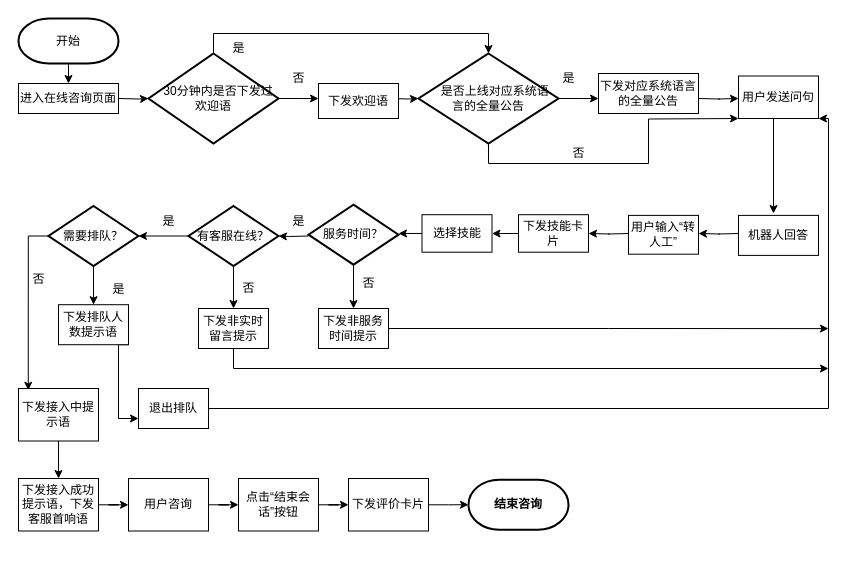
Before: 在线咨询.drawio in jokerbay/images, a draw.io diagram. Source tidied: cells renumbered, new cells numbered last; positions are measured from the earlier drawing's top-left corner, leaving out a move shared by most shapes. Both pictures are drawn from the tidied source at 100%, with x=0, y=0 at pixel (18, 18).
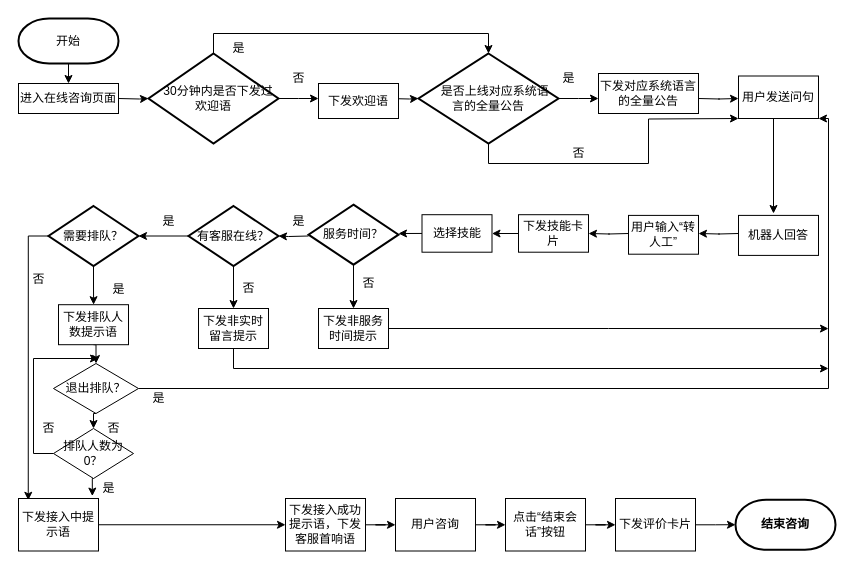
The same diagram, later.

Commit message:
更新在线咨询.drawio

The change refers to these unchanged cells:
```xml
<mxCell id="35" value="用户发送问句" style="rounded=0;whiteSpace=wrap;html=1;strokeWidth=1;" parent="1" vertex="1">
  <mxGeometry x="720" y="57.5" width="80" height="42.5" as="geometry" />
</mxCell>
<mxCell id="47" value="下发排队人数提示语" style="rounded=0;whiteSpace=wrap;html=1;" parent="1" vertex="1">
  <mxGeometry x="40" y="286.2" width="70" height="40" as="geometry" />
</mxCell>
```

The edit, as a diff of the source:
```diff
@@
-    <mxCell id="46" style="edgeStyle=orthogonalEdgeStyle;rounded=0;jettySize=auto;html=1;exitX=1;exitY=1;exitDx=0;exitDy=0;entryX=0;entryY=0.75;entryDx=0;entryDy=0;" parent="1" edge="1" source="47" target="62">
-      <mxGeometry relative="1" as="geometry">
-        <Array as="points">
-          <mxPoint x="100" y="326" />
-          <mxPoint x="100" y="400" />
-        </Array>
-      </mxGeometry>
-    </mxCell>
+    <mxCell id="64" style="edgeStyle=orthogonalEdgeStyle;rounded=0;jettySize=auto;html=1;exitX=0.5;exitY=1;exitDx=0;exitDy=0;entryX=0.5;entryY=0;entryDx=0;entryDy=0;" parent="1" edge="1" source="47" target="66">
+      <mxGeometry relative="1" as="geometry" />
+    </mxCell>
@@
     <mxCell id="49" value="下发接入中提示语" style="whiteSpace=wrap;html=1;strokeWidth=1;" parent="1" vertex="1">
-      <mxGeometry y="370" width="80" height="52.5" as="geometry" />
+      <mxGeometry y="480" width="80" height="52.5" as="geometry" />
     </mxCell>
@@
     <mxCell id="51" value="下发接入成功提示语，下发客服首响语" style="whiteSpace=wrap;html=1;strokeWidth=1;" parent="1" vertex="1">
-      <mxGeometry y="460" width="80" height="52.5" as="geometry" />
+      <mxGeometry x="267" y="480" width="80" height="52.5" as="geometry" />
     </mxCell>
@@
     <mxCell id="53" value="用户咨询" style="whiteSpace=wrap;html=1;strokeWidth=1;" parent="1" vertex="1">
-      <mxGeometry x="110" y="460" width="80" height="52.5" as="geometry" />
+      <mxGeometry x="377" y="480" width="80" height="52.5" as="geometry" />
     </mxCell>
@@
     <mxCell id="55" value="点击“结束会话”按钮" style="whiteSpace=wrap;html=1;strokeWidth=1;" parent="1" vertex="1">
-      <mxGeometry x="220" y="460" width="80" height="52.5" as="geometry" />
+      <mxGeometry x="487" y="480" width="80" height="52.5" as="geometry" />
     </mxCell>
@@
     <mxCell id="57" value="下发评价卡片" style="whiteSpace=wrap;html=1;strokeWidth=1;" parent="1" vertex="1">
-      <mxGeometry x="330" y="460" width="80" height="52.5" as="geometry" />
+      <mxGeometry x="597" y="480" width="80" height="52.5" as="geometry" />
     </mxCell>
     <mxCell id="58" value="结束咨询" style="strokeWidth=2;html=1;shape=mxgraph.flowchart.terminator;whiteSpace=wrap;fontStyle=1;" parent="1" vertex="1">
-      <mxGeometry x="450" y="461.2" width="100" height="50" as="geometry" />
+      <mxGeometry x="717" y="481.2" width="100" height="50" as="geometry" />
     </mxCell>
@@
-    <mxCell id="61" style="edgeStyle=orthogonalEdgeStyle;rounded=0;jettySize=auto;html=1;exitX=1;exitY=0.5;exitDx=0;exitDy=0;entryX=1;entryY=1;entryDx=0;entryDy=0;" parent="1" edge="1" source="62" target="35">
+    <mxCell id="61" style="edgeStyle=orthogonalEdgeStyle;rounded=0;jettySize=auto;html=1;entryX=1;entryY=1;entryDx=0;entryDy=0;exitX=1;exitY=0.5;exitDx=0;exitDy=0;" parent="1" edge="1" source="66" target="35">
       <mxGeometry relative="1" as="geometry">
         <Array as="points">
-          <mxPoint x="810" y="390" />
+          <mxPoint x="810" y="370" />
           <mxPoint x="810" y="100" />
         </Array>
       </mxGeometry>
     </mxCell>
-    <mxCell id="62" value="退出排队" style="rounded=0;whiteSpace=wrap;html=1;" parent="1" vertex="1">
-      <mxGeometry x="120" y="370" width="70" height="40" as="geometry" />
-    </mxCell>
@@
+    <mxCell id="65" style="edgeStyle=orthogonalEdgeStyle;rounded=0;jettySize=auto;html=1;exitX=0.5;exitY=1;exitDx=0;exitDy=0;entryX=0.5;entryY=0;entryDx=0;entryDy=0;" parent="1" edge="1" source="66" target="69">
+      <mxGeometry relative="1" as="geometry" />
+    </mxCell>
+    <mxCell id="66" value="退出排队？" style="rhombus;whiteSpace=wrap;html=1;" parent="1" vertex="1">
+      <mxGeometry x="35" y="345" width="85" height="50" as="geometry" />
+    </mxCell>
+    <mxCell id="67" style="edgeStyle=orthogonalEdgeStyle;rounded=0;jettySize=auto;html=1;exitX=0.5;exitY=1;exitDx=0;exitDy=0;entryX=0.923;entryY=-0.046;entryDx=0;entryDy=0;entryPerimeter=0;" parent="1" edge="1" source="69" target="49">
+      <mxGeometry relative="1" as="geometry" />
+    </mxCell>
+    <mxCell id="68" style="edgeStyle=orthogonalEdgeStyle;rounded=0;jettySize=auto;html=1;exitX=0;exitY=0.5;exitDx=0;exitDy=0;" parent="1" edge="1" source="69">
+      <mxGeometry relative="1" as="geometry">
+        <mxPoint x="80" y="340" as="targetPoint" />
+        <Array as="points">
+          <mxPoint x="15" y="435" />
+          <mxPoint x="15" y="340" />
+        </Array>
+      </mxGeometry>
+    </mxCell>
+    <mxCell id="69" value="排队人数为0？" style="rhombus;whiteSpace=wrap;html=1;" parent="1" vertex="1">
+      <mxGeometry x="35" y="410" width="80" height="50" as="geometry" />
+    </mxCell>
+    <mxCell id="70" value="是" style="text;html=1;align=center;verticalAlign=middle;strokeColor=none;fillColor=none;" parent="1" vertex="1">
+      <mxGeometry x="70" y="455" width="40" height="30" as="geometry" />
+    </mxCell>
+    <mxCell id="71" value="否" style="text;html=1;align=center;verticalAlign=middle;strokeColor=none;fillColor=none;" parent="1" vertex="1">
+      <mxGeometry x="75" y="395" width="40" height="30" as="geometry" />
+    </mxCell>
+    <mxCell id="72" value="是" style="text;html=1;align=center;verticalAlign=middle;strokeColor=none;fillColor=none;" parent="1" vertex="1">
+      <mxGeometry x="120" y="365" width="40" height="30" as="geometry" />
+    </mxCell>
+    <mxCell id="73" value="否" style="text;html=1;align=center;verticalAlign=middle;strokeColor=none;fillColor=none;" parent="1" vertex="1">
+      <mxGeometry x="10" y="395" width="40" height="30" as="geometry" />
+    </mxCell>
```
